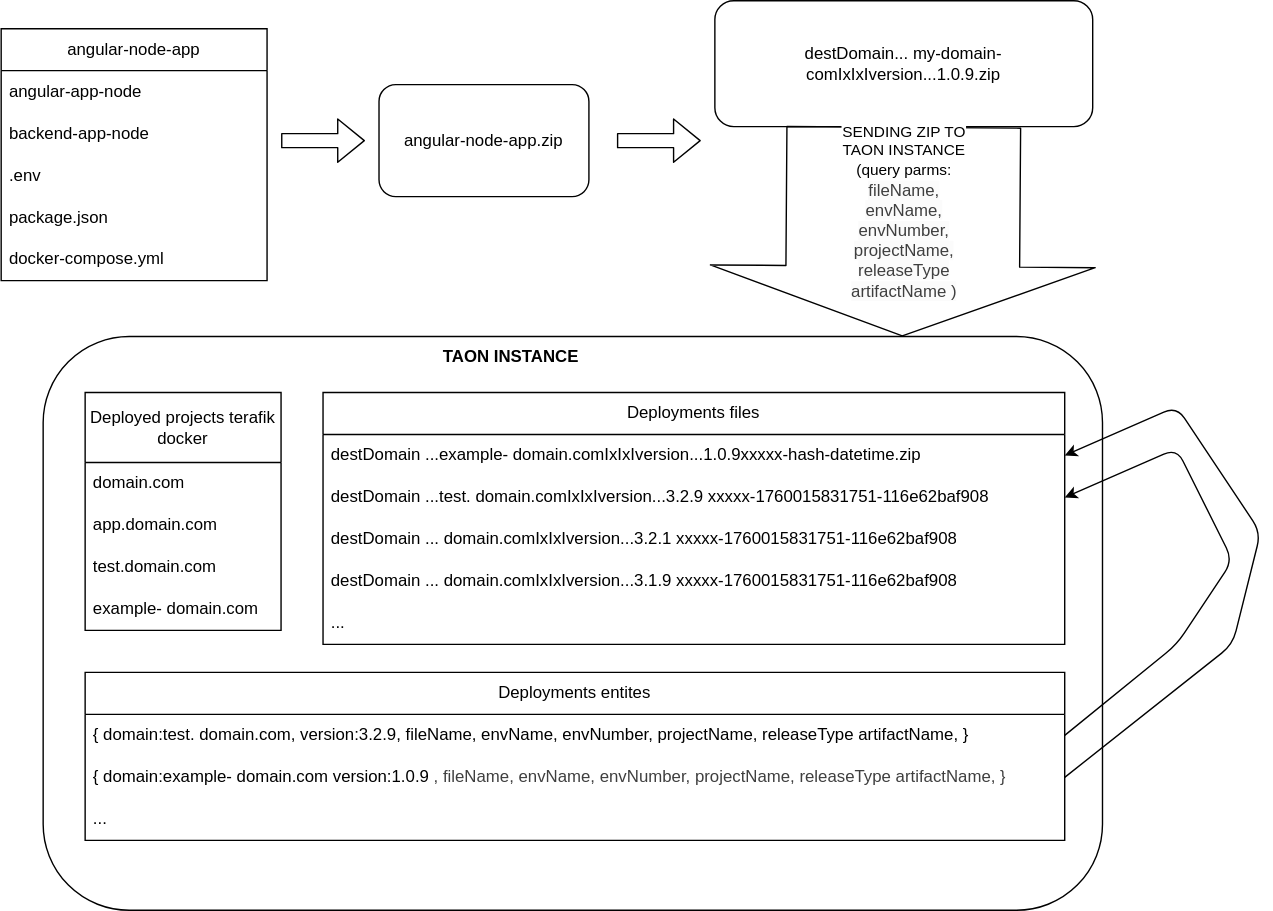
Earlier version of the draw.io export src/lib/project/abstract/taon-worker/deployments/deployments.drawio.svg (darekf77/tnp). Source tidied: cells renumbered, new cells last; positions are measured from the earlier drawing's top-left corner, leaving out a move shared by most shapes.
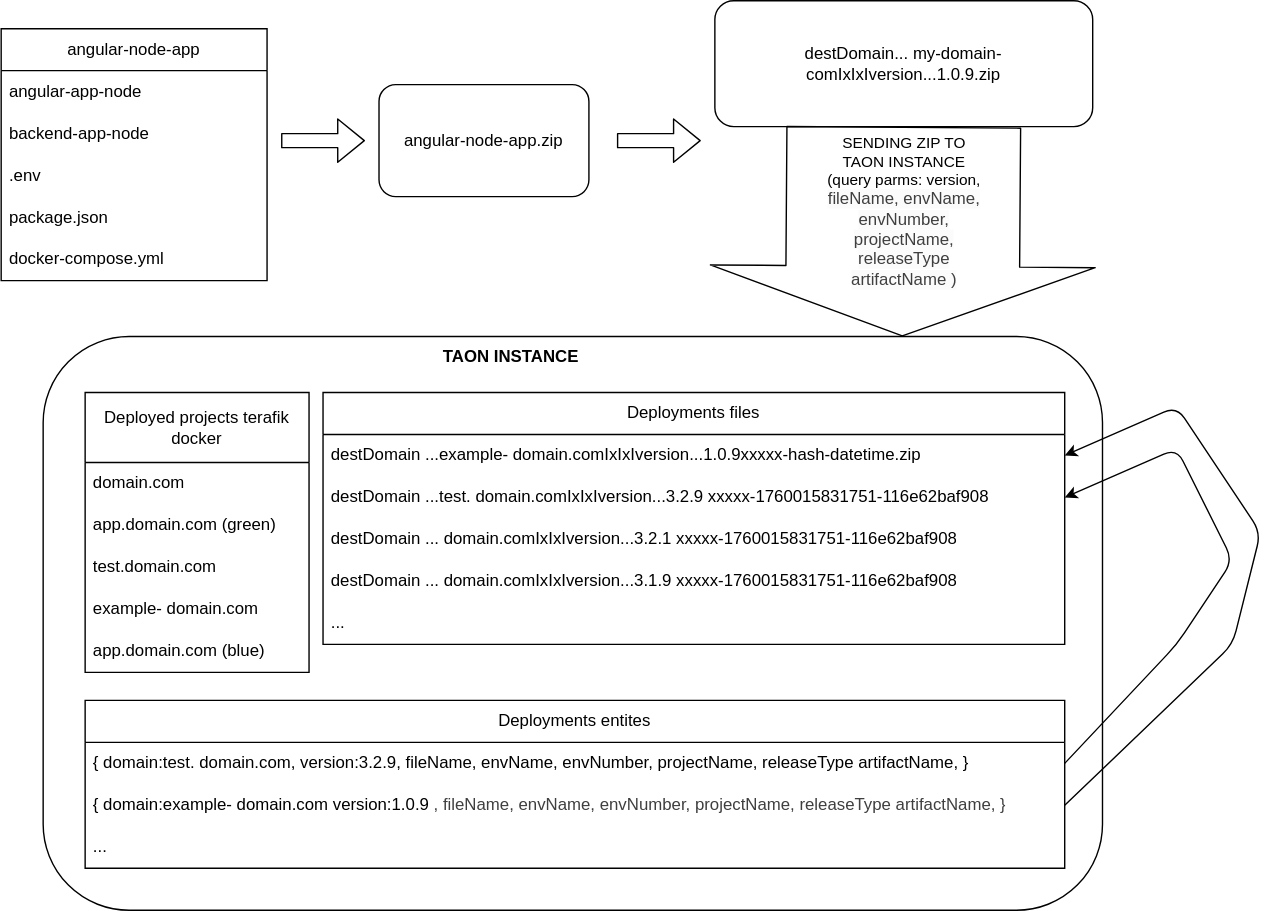
After the commit.

Diff of the diagram source:
```diff
@@ -60,22 +60,25 @@
       <mxGeometry y="150" width="530" height="30" as="geometry" />
     </mxCell>
     <mxCell id="19" value="Deployed projects terafik docker" style="swimlane;fontStyle=0;horizontal=1;startSize=50;whiteSpace=wrap;html=1;" parent="1" vertex="1">
-      <mxGeometry x="60" y="280" width="140" height="170" as="geometry" />
+      <mxGeometry x="60" y="280" width="160" height="200" as="geometry" />
     </mxCell>
     <mxCell id="20" value="domain.com" style="text;strokeColor=none;fillColor=none;align=left;verticalAlign=middle;spacingLeft=4;spacingRight=4;overflow=hidden;whiteSpace=wrap;html=1;" parent="19" vertex="1">
-      <mxGeometry y="50" width="140" height="30" as="geometry" />
+      <mxGeometry y="50" width="160" height="30" as="geometry" />
     </mxCell>
-    <mxCell id="21" value="app.domain.com" style="text;strokeColor=none;fillColor=none;align=left;verticalAlign=middle;spacingLeft=4;spacingRight=4;overflow=hidden;whiteSpace=wrap;html=1;" parent="19" vertex="1">
-      <mxGeometry y="80" width="140" height="30" as="geometry" />
+    <mxCell id="21" value="app.domain.com (green)" style="text;strokeColor=none;fillColor=none;align=left;verticalAlign=middle;spacingLeft=4;spacingRight=4;overflow=hidden;whiteSpace=wrap;html=1;" parent="19" vertex="1">
+      <mxGeometry y="80" width="160" height="30" as="geometry" />
     </mxCell>
     <mxCell id="22" value="test.domain.com" style="text;strokeColor=none;fillColor=none;align=left;verticalAlign=middle;spacingLeft=4;spacingRight=4;overflow=hidden;whiteSpace=wrap;html=1;" parent="19" vertex="1">
-      <mxGeometry y="110" width="140" height="30" as="geometry" />
+      <mxGeometry y="110" width="160" height="30" as="geometry" />
     </mxCell>
     <mxCell id="23" value="&lt;span style=&quot;text-align: center; color: rgb(0, 0, 0);&quot;&gt;example-&lt;/span&gt;&lt;span style=&quot;background-color: transparent; text-align: center;&quot;&gt;domain.com&lt;/span&gt;" style="text;strokeColor=none;fillColor=none;align=left;verticalAlign=middle;spacingLeft=4;spacingRight=4;overflow=hidden;whiteSpace=wrap;html=1;" parent="19" vertex="1">
-      <mxGeometry y="140" width="140" height="30" as="geometry" />
+      <mxGeometry y="140" width="160" height="30" as="geometry" />
     </mxCell>
+    <mxCell id="33" value="app.domain.com (blue)" style="text;strokeColor=none;fillColor=none;align=left;verticalAlign=middle;spacingLeft=4;spacingRight=4;overflow=hidden;whiteSpace=wrap;html=1;" parent="19" vertex="1">
+      <mxGeometry y="170" width="160" height="30" as="geometry" />
+    </mxCell>
     <mxCell id="24" value="Deployments entites" style="swimlane;fontStyle=0;horizontal=1;startSize=30;whiteSpace=wrap;html=1;" parent="1" vertex="1">
-      <mxGeometry x="60" y="480" width="700" height="120" as="geometry" />
+      <mxGeometry x="60" y="500" width="700" height="120" as="geometry" />
     </mxCell>
     <mxCell id="25" value="&lt;span style=&quot;color: rgb(0, 0, 0); text-align: center;&quot;&gt;{ domain:test.&lt;/span&gt;&lt;span style=&quot;text-align: center; background-color: transparent;&quot;&gt;domain.com, version:3.2.9, fileName, envName, envNumber, projectName, releaseType artifactName, }&lt;/span&gt;" style="text;strokeColor=none;fillColor=none;align=left;verticalAlign=middle;spacingLeft=4;spacingRight=4;overflow=hidden;points=[[0,0.5],[1,0.5]];portConstraint=eastwest;whiteSpace=wrap;html=1;" parent="24" vertex="1">
       <mxGeometry y="30" width="700" height="30" as="geometry" />
@@ -110,7 +113,7 @@
     <mxCell id="31" style="shape=flexArrow;endArrow=classic;html=1;entryX=0.811;entryY=0;entryDx=0;entryDy=0;entryPerimeter=0;exitX=0.5;exitY=1;exitDx=0;exitDy=0;endWidth=107;endSize=16.23;width=167;" parent="1" edge="1" source="10" target="12">
       <mxGeometry relative="1" as="geometry" />
     </mxCell>
-    <mxCell id="32" value="SENDING ZIP TO &lt;br&gt;TAON INSTANCE&lt;br&gt;(query parms:&amp;nbsp;&lt;span style=&quot;color: rgb(63, 63, 63); font-size: 12px; text-wrap-mode: wrap; background-color: rgb(251, 251, 251);&quot;&gt;fileName, envName, envNumber, projectName, releaseType artifactName )&lt;/span&gt;" style="edgeLabel;html=1;align=center;verticalAlign=middle;" parent="31" vertex="1">
+    <mxCell id="32" value="SENDING ZIP TO &lt;br&gt;TAON INSTANCE&lt;br&gt;(query parms: version,&amp;nbsp;&lt;div&gt;&lt;span style=&quot;color: rgb(63, 63, 63); font-size: 12px; text-wrap-mode: wrap; background-color: rgb(251, 251, 251);&quot;&gt;fileName, envName, envNumber, projectName, releaseType artifactName )&lt;/span&gt;&lt;/div&gt;" style="edgeLabel;html=1;align=center;verticalAlign=middle;" parent="31" vertex="1">
       <mxGeometry x="-0.36" y="-26" relative="1" as="geometry">
         <mxPoint x="26" y="13" as="offset" />
       </mxGeometry>
```
